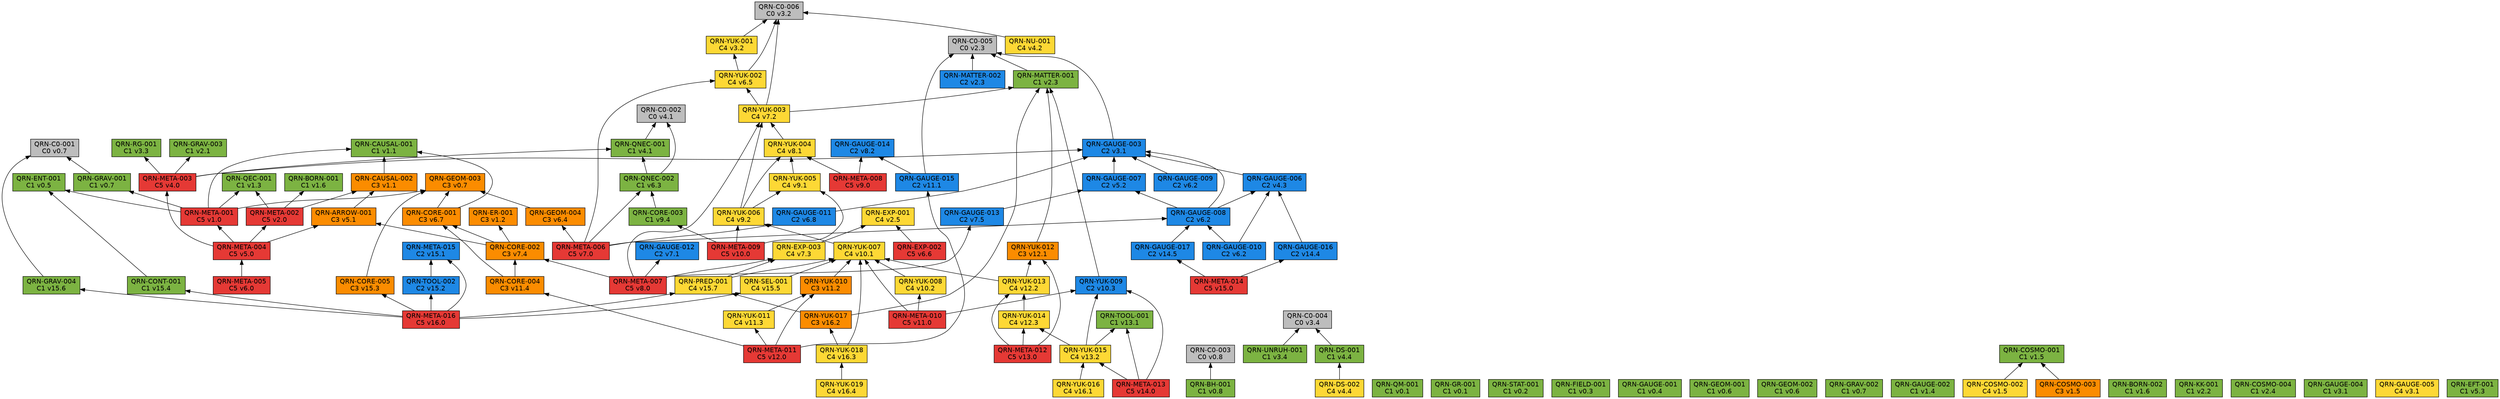
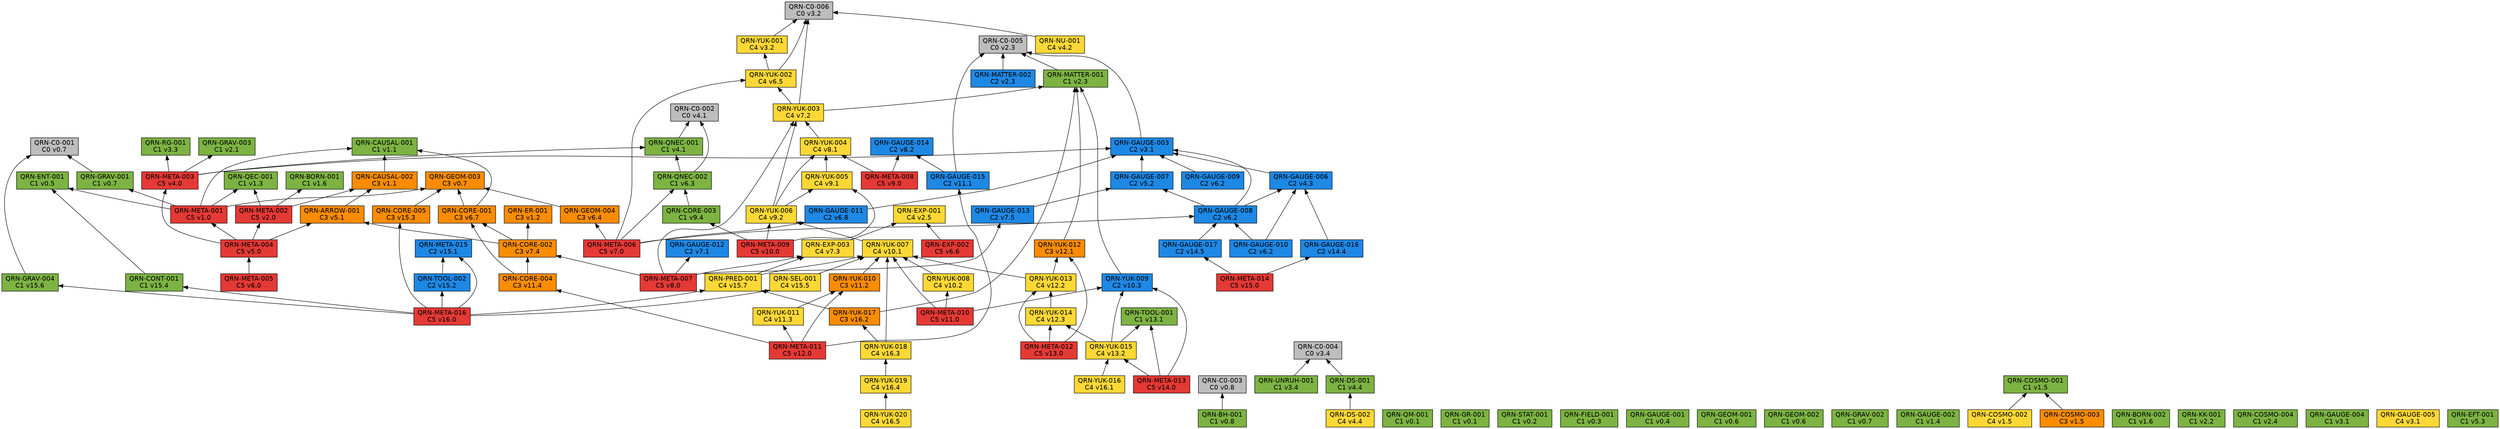
// 自動生成 (dag/report.pl) — QRN 主張依存グラフ
digraph qrn {
  rankdir=BT;
  node [shape=box, style=filled, fontname="Helvetica"];
  "QRN-C0-001" [fillcolor="#bdbdbd", label="QRN-C0-001\nC0 v0.7"];
  "QRN-C0-002" [fillcolor="#bdbdbd", label="QRN-C0-002\nC0 v4.1"];
  "QRN-C0-003" [fillcolor="#bdbdbd", label="QRN-C0-003\nC0 v0.8"];
  "QRN-C0-004" [fillcolor="#bdbdbd", label="QRN-C0-004\nC0 v3.4"];
  "QRN-C0-005" [fillcolor="#bdbdbd", label="QRN-C0-005\nC0 v2.3"];
  "QRN-C0-006" [fillcolor="#bdbdbd", label="QRN-C0-006\nC0 v3.2"];
  "QRN-QM-001" [fillcolor="#7cb342", label="QRN-QM-001\nC1 v0.1"];
  "QRN-GR-001" [fillcolor="#7cb342", label="QRN-GR-001\nC1 v0.1"];
  "QRN-STAT-001" [fillcolor="#7cb342", label="QRN-STAT-001\nC1 v0.2"];
  "QRN-FIELD-001" [fillcolor="#7cb342", label="QRN-FIELD-001\nC1 v0.3"];
  "QRN-GAUGE-001" [fillcolor="#7cb342", label="QRN-GAUGE-001\nC1 v0.4"];
  "QRN-ENT-001" [fillcolor="#7cb342", label="QRN-ENT-001\nC1 v0.5"];
  "QRN-GEOM-001" [fillcolor="#7cb342", label="QRN-GEOM-001\nC1 v0.6"];
  "QRN-GEOM-002" [fillcolor="#7cb342", label="QRN-GEOM-002\nC1 v0.6"];
  "QRN-GEOM-003" [fillcolor="#fb8c00", label="QRN-GEOM-003\nC3 v0.7"];
  "QRN-GRAV-001" [fillcolor="#7cb342", label="QRN-GRAV-001\nC1 v0.7"];
  "QRN-GRAV-002" [fillcolor="#7cb342", label="QRN-GRAV-002\nC1 v0.7"];
  "QRN-BH-001" [fillcolor="#7cb342", label="QRN-BH-001\nC1 v0.8"];
  "QRN-CAUSAL-001" [fillcolor="#7cb342", label="QRN-CAUSAL-001\nC1 v1.1"];
  "QRN-CAUSAL-002" [fillcolor="#fb8c00", label="QRN-CAUSAL-002\nC3 v1.1"];
  "QRN-ER-001" [fillcolor="#fb8c00", label="QRN-ER-001\nC3 v1.2"];
  "QRN-QEC-001" [fillcolor="#7cb342", label="QRN-QEC-001\nC1 v1.3"];
  "QRN-GAUGE-002" [fillcolor="#7cb342", label="QRN-GAUGE-002\nC1 v1.4"];
  "QRN-COSMO-001" [fillcolor="#7cb342", label="QRN-COSMO-001\nC1 v1.5"];
  "QRN-COSMO-002" [fillcolor="#fdd835", label="QRN-COSMO-002\nC4 v1.5"];
  "QRN-COSMO-003" [fillcolor="#fb8c00", label="QRN-COSMO-003\nC3 v1.5"];
  "QRN-BORN-001" [fillcolor="#7cb342", label="QRN-BORN-001\nC1 v1.6"];
  "QRN-BORN-002" [fillcolor="#7cb342", label="QRN-BORN-002\nC1 v1.6"];
  "QRN-GRAV-003" [fillcolor="#7cb342", label="QRN-GRAV-003\nC1 v2.1"];
  "QRN-KK-001" [fillcolor="#7cb342", label="QRN-KK-001\nC1 v2.2"];
  "QRN-MATTER-001" [fillcolor="#7cb342", label="QRN-MATTER-001\nC1 v2.3"];
  "QRN-MATTER-002" [fillcolor="#1e88e5", label="QRN-MATTER-002\nC2 v2.3"];
  "QRN-COSMO-004" [fillcolor="#7cb342", label="QRN-COSMO-004\nC1 v2.4"];
  "QRN-EXP-001" [fillcolor="#fdd835", label="QRN-EXP-001\nC4 v2.5"];
  "QRN-GAUGE-003" [fillcolor="#1e88e5", label="QRN-GAUGE-003\nC2 v3.1"];
  "QRN-GAUGE-004" [fillcolor="#7cb342", label="QRN-GAUGE-004\nC1 v3.1"];
  "QRN-GAUGE-005" [fillcolor="#fdd835", label="QRN-GAUGE-005\nC4 v3.1"];
  "QRN-YUK-001" [fillcolor="#fdd835", label="QRN-YUK-001\nC4 v3.2"];
  "QRN-RG-001" [fillcolor="#7cb342", label="QRN-RG-001\nC1 v3.3"];
  "QRN-UNRUH-001" [fillcolor="#7cb342", label="QRN-UNRUH-001\nC1 v3.4"];
  "QRN-QNEC-001" [fillcolor="#7cb342", label="QRN-QNEC-001\nC1 v4.1"];
  "QRN-NU-001" [fillcolor="#fdd835", label="QRN-NU-001\nC4 v4.2"];
  "QRN-GAUGE-006" [fillcolor="#1e88e5", label="QRN-GAUGE-006\nC2 v4.3"];
  "QRN-DS-001" [fillcolor="#7cb342", label="QRN-DS-001\nC1 v4.4"];
  "QRN-DS-002" [fillcolor="#fdd835", label="QRN-DS-002\nC4 v4.4"];
  "QRN-ARROW-001" [fillcolor="#fb8c00", label="QRN-ARROW-001\nC3 v5.1"];
  "QRN-GAUGE-007" [fillcolor="#1e88e5", label="QRN-GAUGE-007\nC2 v5.2"];
  "QRN-EFT-001" [fillcolor="#7cb342", label="QRN-EFT-001\nC1 v5.3"];
  "QRN-GAUGE-008" [fillcolor="#1e88e5", label="QRN-GAUGE-008\nC2 v6.2"];
  "QRN-GAUGE-009" [fillcolor="#1e88e5", label="QRN-GAUGE-009\nC2 v6.2"];
  "QRN-GAUGE-010" [fillcolor="#1e88e5", label="QRN-GAUGE-010\nC2 v6.2"];
  "QRN-QNEC-002" [fillcolor="#7cb342", label="QRN-QNEC-002\nC1 v6.3"];
  "QRN-GEOM-004" [fillcolor="#fb8c00", label="QRN-GEOM-004\nC3 v6.4"];
  "QRN-YUK-002" [fillcolor="#fdd835", label="QRN-YUK-002\nC4 v6.5"];
  "QRN-EXP-002" [fillcolor="#e53935", label="QRN-EXP-002\nC5 v6.6"];
  "QRN-CORE-001" [fillcolor="#fb8c00", label="QRN-CORE-001\nC3 v6.7"];
  "QRN-GAUGE-011" [fillcolor="#1e88e5", label="QRN-GAUGE-011\nC2 v6.8"];
  "QRN-GAUGE-012" [fillcolor="#1e88e5", label="QRN-GAUGE-012\nC2 v7.1"];
  "QRN-YUK-003" [fillcolor="#fdd835", label="QRN-YUK-003\nC4 v7.2"];
  "QRN-EXP-003" [fillcolor="#fdd835", label="QRN-EXP-003\nC4 v7.3"];
  "QRN-CORE-002" [fillcolor="#fb8c00", label="QRN-CORE-002\nC3 v7.4"];
  "QRN-GAUGE-013" [fillcolor="#1e88e5", label="QRN-GAUGE-013\nC2 v7.5"];
  "QRN-YUK-004" [fillcolor="#fdd835", label="QRN-YUK-004\nC4 v8.1"];
  "QRN-GAUGE-014" [fillcolor="#1e88e5", label="QRN-GAUGE-014\nC2 v8.2"];
  "QRN-META-001" [fillcolor="#e53935", label="QRN-META-001\nC5 v1.0"];
  "QRN-META-002" [fillcolor="#e53935", label="QRN-META-002\nC5 v2.0"];
  "QRN-META-003" [fillcolor="#e53935", label="QRN-META-003\nC5 v4.0"];
  "QRN-META-004" [fillcolor="#e53935", label="QRN-META-004\nC5 v5.0"];
  "QRN-META-005" [fillcolor="#e53935", label="QRN-META-005\nC5 v6.0"];
  "QRN-META-006" [fillcolor="#e53935", label="QRN-META-006\nC5 v7.0"];
  "QRN-META-007" [fillcolor="#e53935", label="QRN-META-007\nC5 v8.0"];
  "QRN-META-008" [fillcolor="#e53935", label="QRN-META-008\nC5 v9.0"];
  "QRN-YUK-005" [fillcolor="#fdd835", label="QRN-YUK-005\nC4 v9.1"];
  "QRN-YUK-006" [fillcolor="#fdd835", label="QRN-YUK-006\nC4 v9.2"];
  "QRN-CORE-003" [fillcolor="#7cb342", label="QRN-CORE-003\nC1 v9.4"];
  "QRN-META-009" [fillcolor="#e53935", label="QRN-META-009\nC5 v10.0"];
  "QRN-YUK-007" [fillcolor="#fdd835", label="QRN-YUK-007\nC4 v10.1"];
  "QRN-YUK-008" [fillcolor="#fdd835", label="QRN-YUK-008\nC4 v10.2"];
  "QRN-YUK-009" [fillcolor="#1e88e5", label="QRN-YUK-009\nC2 v10.3"];
  "QRN-META-010" [fillcolor="#e53935", label="QRN-META-010\nC5 v11.0"];
  "QRN-GAUGE-015" [fillcolor="#1e88e5", label="QRN-GAUGE-015\nC2 v11.1"];
  "QRN-YUK-010" [fillcolor="#fb8c00", label="QRN-YUK-010\nC3 v11.2"];
  "QRN-YUK-011" [fillcolor="#fdd835", label="QRN-YUK-011\nC4 v11.3"];
  "QRN-CORE-004" [fillcolor="#fb8c00", label="QRN-CORE-004\nC3 v11.4"];
  "QRN-META-011" [fillcolor="#e53935", label="QRN-META-011\nC5 v12.0"];
  "QRN-YUK-012" [fillcolor="#fb8c00", label="QRN-YUK-012\nC3 v12.1"];
  "QRN-YUK-013" [fillcolor="#fdd835", label="QRN-YUK-013\nC4 v12.2"];
  "QRN-YUK-014" [fillcolor="#fdd835", label="QRN-YUK-014\nC4 v12.3"];
  "QRN-META-012" [fillcolor="#e53935", label="QRN-META-012\nC5 v13.0"];
  "QRN-TOOL-001" [fillcolor="#7cb342", label="QRN-TOOL-001\nC1 v13.1"];
  "QRN-YUK-015" [fillcolor="#fdd835", label="QRN-YUK-015\nC4 v13.2"];
  "QRN-META-013" [fillcolor="#e53935", label="QRN-META-013\nC5 v14.0"];
  "QRN-GAUGE-016" [fillcolor="#1e88e5", label="QRN-GAUGE-016\nC2 v14.4"];
  "QRN-GAUGE-017" [fillcolor="#1e88e5", label="QRN-GAUGE-017\nC2 v14.5"];
  "QRN-META-014" [fillcolor="#e53935", label="QRN-META-014\nC5 v15.0"];
  "QRN-META-015" [fillcolor="#1e88e5", label="QRN-META-015\nC2 v15.1"];
  "QRN-TOOL-002" [fillcolor="#1e88e5", label="QRN-TOOL-002\nC2 v15.2"];
  "QRN-CORE-005" [fillcolor="#fb8c00", label="QRN-CORE-005\nC3 v15.3"];
  "QRN-CONT-001" [fillcolor="#7cb342", label="QRN-CONT-001\nC1 v15.4"];
  "QRN-SEL-001" [fillcolor="#fdd835", label="QRN-SEL-001\nC4 v15.5"];
  "QRN-GRAV-004" [fillcolor="#7cb342", label="QRN-GRAV-004\nC1 v15.6"];
  "QRN-PRED-001" [fillcolor="#fdd835", label="QRN-PRED-001\nC4 v15.7"];
  "QRN-META-016" [fillcolor="#e53935", label="QRN-META-016\nC5 v16.0"];
  "QRN-YUK-016" [fillcolor="#fdd835", label="QRN-YUK-016\nC4 v16.1"];
  "QRN-YUK-017" [fillcolor="#fb8c00", label="QRN-YUK-017\nC3 v16.2"];
  "QRN-YUK-018" [fillcolor="#fdd835", label="QRN-YUK-018\nC4 v16.3"];
  "QRN-YUK-019" [fillcolor="#fdd835", label="QRN-YUK-019\nC4 v16.4"];
+   "QRN-YUK-020" [fillcolor="#fdd835", label="QRN-YUK-020\nC4 v16.5"];
  "QRN-GRAV-001" -> "QRN-C0-001";
  "QRN-BH-001" -> "QRN-C0-003";
  "QRN-CAUSAL-002" -> "QRN-CAUSAL-001";
  "QRN-COSMO-002" -> "QRN-COSMO-001";
  "QRN-COSMO-003" -> "QRN-COSMO-001";
  "QRN-MATTER-001" -> "QRN-C0-005";
  "QRN-MATTER-002" -> "QRN-C0-005";
  "QRN-GAUGE-003" -> "QRN-C0-005";
  "QRN-YUK-001" -> "QRN-C0-006";
  "QRN-UNRUH-001" -> "QRN-C0-004";
  "QRN-QNEC-001" -> "QRN-C0-002";
  "QRN-NU-001" -> "QRN-C0-006";
  "QRN-GAUGE-006" -> "QRN-GAUGE-003";
  "QRN-DS-001" -> "QRN-C0-004";
  "QRN-DS-002" -> "QRN-DS-001";
  "QRN-ARROW-001" -> "QRN-CAUSAL-002";
  "QRN-GAUGE-007" -> "QRN-GAUGE-003";
  "QRN-GAUGE-008" -> "QRN-GAUGE-003";
  "QRN-GAUGE-008" -> "QRN-GAUGE-006";
  "QRN-GAUGE-008" -> "QRN-GAUGE-007";
  "QRN-GAUGE-009" -> "QRN-GAUGE-003";
  "QRN-GAUGE-010" -> "QRN-GAUGE-006";
  "QRN-GAUGE-010" -> "QRN-GAUGE-008";
  "QRN-QNEC-002" -> "QRN-C0-002";
  "QRN-QNEC-002" -> "QRN-QNEC-001";
  "QRN-GEOM-004" -> "QRN-GEOM-003";
  "QRN-YUK-002" -> "QRN-C0-006";
  "QRN-YUK-002" -> "QRN-YUK-001";
  "QRN-EXP-002" -> "QRN-EXP-001";
  "QRN-CORE-001" -> "QRN-GEOM-003";
  "QRN-CORE-001" -> "QRN-CAUSAL-001";
  "QRN-GAUGE-011" -> "QRN-GAUGE-003";
  "QRN-YUK-003" -> "QRN-C0-006";
  "QRN-YUK-003" -> "QRN-MATTER-001";
  "QRN-YUK-003" -> "QRN-YUK-002";
  "QRN-EXP-003" -> "QRN-EXP-001";
  "QRN-CORE-002" -> "QRN-CORE-001";
  "QRN-CORE-002" -> "QRN-ER-001";
  "QRN-CORE-002" -> "QRN-ARROW-001";
  "QRN-GAUGE-013" -> "QRN-GAUGE-007";
  "QRN-YUK-004" -> "QRN-YUK-003";
  "QRN-META-001" -> "QRN-GEOM-003";
  "QRN-META-001" -> "QRN-GRAV-001";
  "QRN-META-001" -> "QRN-CAUSAL-001";
  "QRN-META-001" -> "QRN-QEC-001";
  "QRN-META-001" -> "QRN-ENT-001";
  "QRN-META-002" -> "QRN-QEC-001";
  "QRN-META-002" -> "QRN-BORN-001";
  "QRN-META-002" -> "QRN-CAUSAL-002";
  "QRN-META-003" -> "QRN-GAUGE-003";
  "QRN-META-003" -> "QRN-RG-001";
  "QRN-META-003" -> "QRN-QNEC-001";
  "QRN-META-003" -> "QRN-GRAV-003";
  "QRN-META-004" -> "QRN-META-001";
  "QRN-META-004" -> "QRN-META-002";
  "QRN-META-004" -> "QRN-META-003";
  "QRN-META-004" -> "QRN-ARROW-001";
  "QRN-META-005" -> "QRN-META-004";
  "QRN-META-006" -> "QRN-GAUGE-008";
  "QRN-META-006" -> "QRN-QNEC-002";
  "QRN-META-006" -> "QRN-GEOM-004";
  "QRN-META-006" -> "QRN-YUK-002";
  "QRN-META-006" -> "QRN-GAUGE-011";
  "QRN-META-007" -> "QRN-GAUGE-012";
  "QRN-META-007" -> "QRN-YUK-003";
  "QRN-META-007" -> "QRN-EXP-003";
  "QRN-META-007" -> "QRN-CORE-002";
  "QRN-META-007" -> "QRN-GAUGE-013";
  "QRN-META-008" -> "QRN-YUK-004";
  "QRN-META-008" -> "QRN-GAUGE-014";
  "QRN-YUK-005" -> "QRN-YUK-004";
  "QRN-YUK-006" -> "QRN-YUK-003";
  "QRN-YUK-006" -> "QRN-YUK-004";
  "QRN-YUK-006" -> "QRN-YUK-005";
  "QRN-CORE-003" -> "QRN-QNEC-002";
  "QRN-META-009" -> "QRN-YUK-005";
  "QRN-META-009" -> "QRN-YUK-006";
  "QRN-META-009" -> "QRN-CORE-003";
  "QRN-YUK-007" -> "QRN-YUK-006";
  "QRN-YUK-008" -> "QRN-YUK-007";
  "QRN-YUK-009" -> "QRN-MATTER-001";
  "QRN-META-010" -> "QRN-YUK-007";
  "QRN-META-010" -> "QRN-YUK-008";
  "QRN-META-010" -> "QRN-YUK-009";
  "QRN-GAUGE-015" -> "QRN-C0-005";
  "QRN-GAUGE-015" -> "QRN-GAUGE-014";
  "QRN-YUK-010" -> "QRN-YUK-007";
  "QRN-YUK-011" -> "QRN-YUK-010";
  "QRN-CORE-004" -> "QRN-CORE-001";
  "QRN-CORE-004" -> "QRN-CORE-002";
  "QRN-META-011" -> "QRN-GAUGE-015";
  "QRN-META-011" -> "QRN-YUK-010";
  "QRN-META-011" -> "QRN-YUK-011";
  "QRN-META-011" -> "QRN-CORE-004";
  "QRN-YUK-012" -> "QRN-MATTER-001";
  "QRN-YUK-013" -> "QRN-YUK-012";
  "QRN-YUK-013" -> "QRN-YUK-007";
  "QRN-YUK-014" -> "QRN-YUK-013";
  "QRN-META-012" -> "QRN-YUK-012";
  "QRN-META-012" -> "QRN-YUK-013";
  "QRN-META-012" -> "QRN-YUK-014";
  "QRN-YUK-015" -> "QRN-YUK-014";
  "QRN-YUK-015" -> "QRN-TOOL-001";
  "QRN-YUK-015" -> "QRN-YUK-009";
  "QRN-META-013" -> "QRN-YUK-015";
  "QRN-META-013" -> "QRN-TOOL-001";
  "QRN-META-013" -> "QRN-YUK-009";
  "QRN-GAUGE-016" -> "QRN-GAUGE-006";
  "QRN-GAUGE-017" -> "QRN-GAUGE-008";
  "QRN-META-014" -> "QRN-GAUGE-016";
  "QRN-META-014" -> "QRN-GAUGE-017";
  "QRN-TOOL-002" -> "QRN-META-015";
  "QRN-CORE-005" -> "QRN-GEOM-003";
  "QRN-CONT-001" -> "QRN-ENT-001";
  "QRN-SEL-001" -> "QRN-YUK-007";
  "QRN-GRAV-004" -> "QRN-C0-001";
  "QRN-PRED-001" -> "QRN-YUK-007";
  "QRN-PRED-001" -> "QRN-EXP-003";
  "QRN-META-016" -> "QRN-META-015";
  "QRN-META-016" -> "QRN-TOOL-002";
  "QRN-META-016" -> "QRN-CORE-005";
  "QRN-META-016" -> "QRN-CONT-001";
  "QRN-META-016" -> "QRN-SEL-001";
  "QRN-META-016" -> "QRN-GRAV-004";
  "QRN-META-016" -> "QRN-PRED-001";
  "QRN-YUK-016" -> "QRN-YUK-015";
  "QRN-YUK-017" -> "QRN-MATTER-001";
  "QRN-YUK-017" -> "QRN-PRED-001";
  "QRN-YUK-018" -> "QRN-YUK-017";
  "QRN-YUK-018" -> "QRN-YUK-007";
  "QRN-YUK-019" -> "QRN-YUK-018";
+   "QRN-YUK-020" -> "QRN-YUK-019";
}
